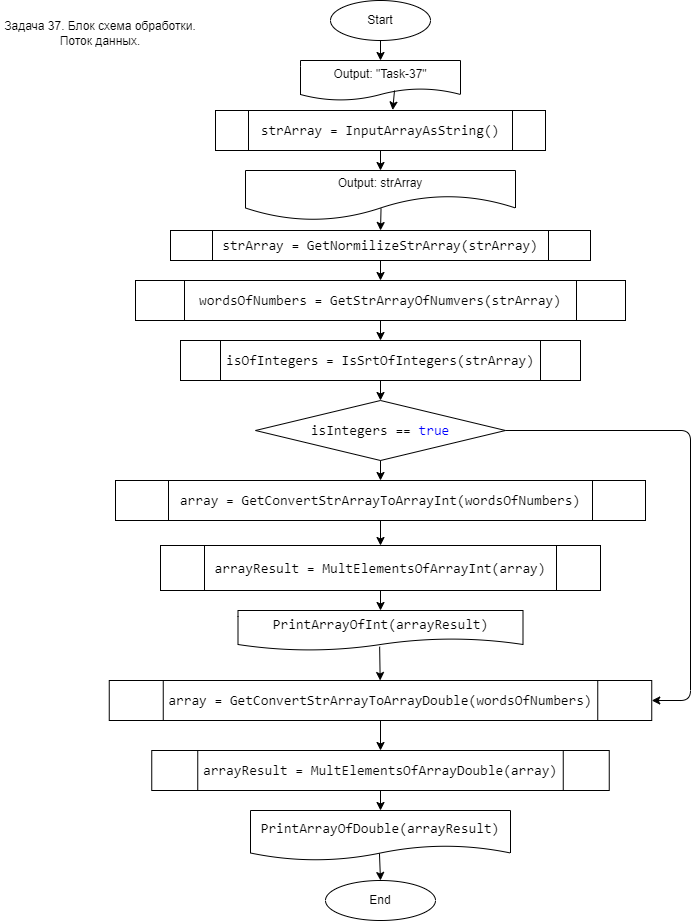
This is diagram.drawio.png from kononovaele/HomeTask_5, a draw.io export, as it was before one commit. Source tidied: cells renumbered, new cells last; positions are measured from the earlier drawing's top-left corner, leaving out a move shared by most shapes.
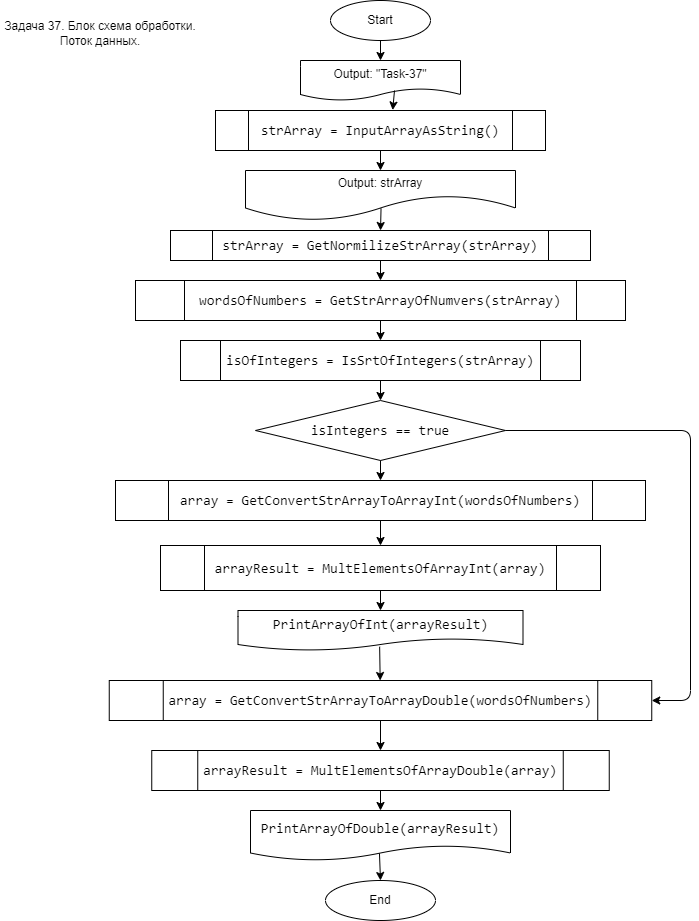
The same file after the commit.

Commit message:
change block-schem algotitm

The edit, as a diff of the source:
```diff
@@ -20,7 +20,7 @@
     <mxCell id="7" value="&lt;div style=&quot;background-color: rgb(255 , 255 , 255) ; font-family: &amp;#34;consolas&amp;#34; , &amp;#34;courier new&amp;#34; , monospace ; font-size: 14px ; line-height: 19px&quot;&gt;wordsOfNumbers = GetStrArrayOfNumvers(strArray)&lt;/div&gt;" style="shape=process;whiteSpace=wrap;html=1;backgroundOutline=1;" parent="1" vertex="1">
       <mxGeometry x="135" y="280" width="490" height="40" as="geometry" />
     </mxCell>
-    <mxCell id="8" value="&lt;div style=&quot;background-color: rgb(255 , 255 , 255) ; font-family: &amp;#34;consolas&amp;#34; , &amp;#34;courier new&amp;#34; , monospace ; font-size: 14px ; line-height: 19px&quot;&gt;isIntegers == &lt;span style=&quot;color: #0000ff&quot;&gt;true&lt;/span&gt;&lt;/div&gt;" style="rhombus;whiteSpace=wrap;html=1;" parent="1" vertex="1">
+    <mxCell id="8" value="&lt;div style=&quot;background-color: rgb(255 , 255 , 255) ; font-family: &amp;#34;consolas&amp;#34; , &amp;#34;courier new&amp;#34; , monospace ; font-size: 14px ; line-height: 19px&quot;&gt;isIntegers == true&lt;/div&gt;" style="rhombus;whiteSpace=wrap;html=1;" parent="1" vertex="1">
       <mxGeometry x="255" y="400" width="250" height="60" as="geometry" />
     </mxCell>
     <mxCell id="9" value="&lt;div style=&quot;background-color: rgb(255 , 255 , 255) ; font-family: &amp;#34;consolas&amp;#34; , &amp;#34;courier new&amp;#34; , monospace ; font-size: 14px ; line-height: 19px&quot;&gt;isOfIntegers = IsSrtOfIntegers(strArray)&lt;/div&gt;" style="shape=process;whiteSpace=wrap;html=1;backgroundOutline=1;" parent="1" vertex="1">
```
